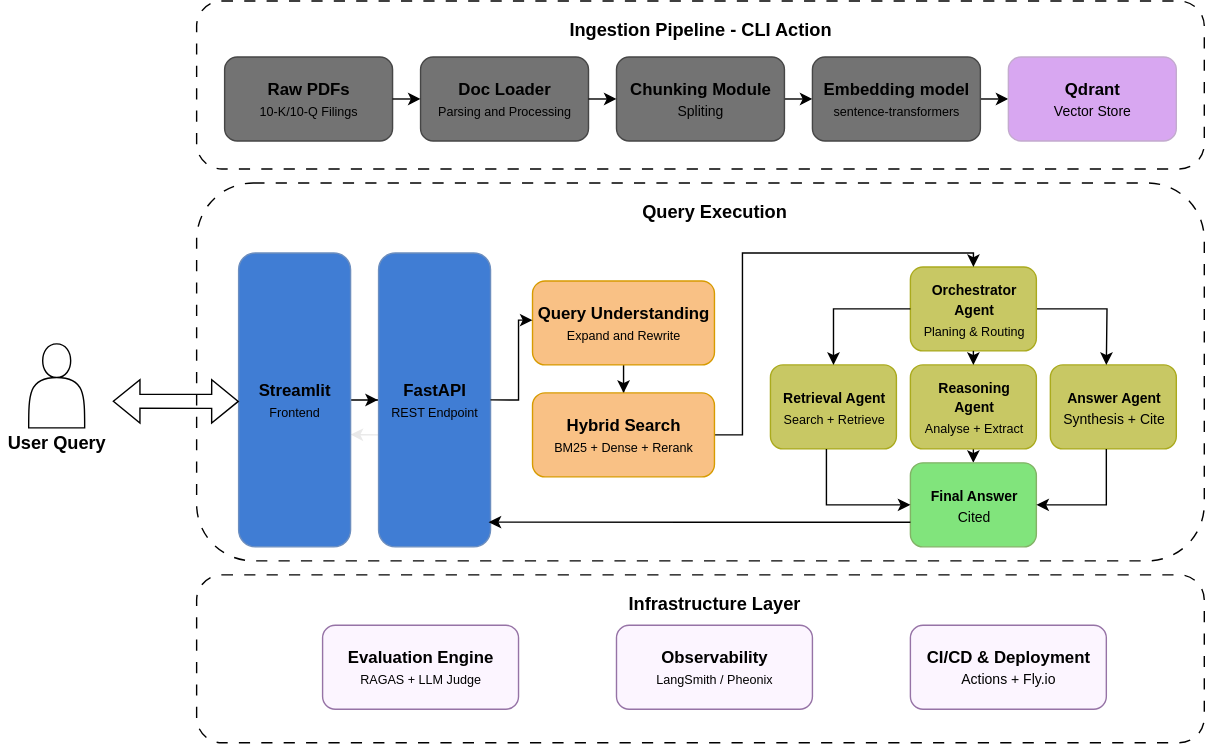
This is docs/system-architecture.svg from mohammedOwaiskh/documind, a draw.io export, as it was before one commit. Source tidied: cells renumbered, new cells last; positions are measured from the earlier drawing's top-left corner, leaving out a move shared by most shapes. Its diagram source:
```xml
<mxGraphModel>
  <root>
    <mxCell id="0" />
    <mxCell id="1" parent="0" />
    <mxCell id="2" style="edgeStyle=orthogonalEdgeStyle;rounded=0;jettySize=auto;html=1;entryX=1;entryY=0.618;entryDx=0;entryDy=0;entryPerimeter=0;strokeColor=light-dark(#e9e9e9, #ededed);fontColor=default;" parent="1" edge="1" target="39">
      <mxGeometry relative="1" as="geometry">
        <mxPoint x="270" y="310" as="sourcePoint" />
        <Array as="points">
          <mxPoint x="250" y="310" />
        </Array>
      </mxGeometry>
    </mxCell>
    <mxCell id="3" style="rounded=1;whiteSpace=wrap;html=1;dashed=1;dashPattern=8 8;fillColor=none;strokeColor=default;fontColor=default;" parent="1" vertex="1">
      <mxGeometry x="140" width="720" height="120" as="geometry" />
    </mxCell>
    <mxCell id="4" value="Ingestion Pipeline - CLI Action" style="text;html=1;align=center;verticalAlign=middle;whiteSpace=wrap;rounded=0;fontStyle=1;fontSize=13;fontColor=default;strokeColor=none;" parent="1" vertex="1">
      <mxGeometry x="400" y="10" width="200" height="20" as="geometry" />
    </mxCell>
    <mxCell id="5" style="group;strokeColor=none;fontColor=default;" parent="1" vertex="1">
      <mxGeometry x="160" y="40" width="120" height="60" as="geometry" />
    </mxCell>
    <mxCell id="6" style="rounded=1;whiteSpace=wrap;html=1;fillColor=light-dark(#737373, #474747);strokeColor=light-dark(#464646, #ededed);fontColor=default;" parent="5" vertex="1">
      <mxGeometry width="120" height="60" as="geometry" />
    </mxCell>
    <mxCell id="7" value="Raw PDFs&lt;div&gt;&lt;span style=&quot;font-weight: normal;&quot;&gt;&lt;font style=&quot;font-size: 9px;&quot;&gt;10-K/10-Q Filings&lt;/font&gt;&lt;/span&gt;&lt;/div&gt;" style="text;html=1;align=center;verticalAlign=middle;whiteSpace=wrap;rounded=0;fontColor=default;fontStyle=1;strokeColor=none;" parent="5" vertex="1">
      <mxGeometry x="5" y="15" width="110" height="30" as="geometry" />
    </mxCell>
    <mxCell id="8" style="group;strokeColor=none;fontColor=default;" parent="1" vertex="1">
      <mxGeometry x="300" y="40" width="120" height="60" as="geometry" />
    </mxCell>
    <mxCell id="9" style="rounded=1;whiteSpace=wrap;html=1;fillColor=light-dark(#737373, #474747);strokeColor=light-dark(#464646, #ededed);fontColor=default;" parent="8" vertex="1">
      <mxGeometry width="120" height="60" as="geometry" />
    </mxCell>
    <mxCell id="10" value="&lt;div&gt;Doc Loader&lt;br&gt;&lt;font style=&quot;font-size: 9px; font-weight: normal;&quot;&gt;Parsing and Processing&lt;/font&gt;&lt;/div&gt;" style="text;html=1;align=center;verticalAlign=middle;whiteSpace=wrap;rounded=0;fontColor=default;fontStyle=1;strokeColor=none;" parent="8" vertex="1">
      <mxGeometry x="5" y="15" width="110" height="30" as="geometry" />
    </mxCell>
    <mxCell id="11" style="group;strokeColor=none;fontColor=default;" parent="1" vertex="1">
      <mxGeometry x="440" y="40" width="120" height="60" as="geometry" />
    </mxCell>
    <mxCell id="12" style="edgeStyle=orthogonalEdgeStyle;rounded=0;jettySize=auto;html=1;strokeColor=default;fontColor=default;" parent="11" edge="1" source="13">
      <mxGeometry relative="1" as="geometry">
        <mxPoint x="140" y="30" as="targetPoint" />
      </mxGeometry>
    </mxCell>
    <mxCell id="13" style="rounded=1;whiteSpace=wrap;html=1;fillColor=light-dark(#737373, #474747);strokeColor=light-dark(#464646, #ededed);fontColor=default;" parent="11" vertex="1">
      <mxGeometry width="120" height="60" as="geometry" />
    </mxCell>
    <mxCell id="14" value="Chunking Module&lt;div&gt;&lt;font size=&quot;1&quot;&gt;&lt;span style=&quot;font-weight: 400;&quot;&gt;Spliting&lt;/span&gt;&lt;/font&gt;&lt;/div&gt;" style="text;html=1;align=center;verticalAlign=middle;whiteSpace=wrap;rounded=0;fontColor=default;fontStyle=1;strokeColor=none;" parent="11" vertex="1">
      <mxGeometry x="5" y="15" width="110" height="30" as="geometry" />
    </mxCell>
    <mxCell id="15" style="group;strokeColor=none;fontColor=default;" parent="1" vertex="1">
      <mxGeometry x="580" y="40" width="120" height="60" as="geometry" />
    </mxCell>
    <mxCell id="16" style="edgeStyle=orthogonalEdgeStyle;rounded=0;jettySize=auto;html=1;strokeColor=default;fontColor=default;" parent="15" edge="1" source="17">
      <mxGeometry relative="1" as="geometry">
        <mxPoint x="140" y="30" as="targetPoint" />
      </mxGeometry>
    </mxCell>
    <mxCell id="17" style="rounded=1;whiteSpace=wrap;html=1;fillColor=light-dark(#737373, #474747);strokeColor=light-dark(#464646, #ededed);fontColor=default;" parent="15" vertex="1">
      <mxGeometry width="120" height="60" as="geometry" />
    </mxCell>
    <mxCell id="18" value="&lt;div&gt;Embedding model&lt;/div&gt;&lt;div&gt;&lt;span style=&quot;font-weight: normal;&quot;&gt;&lt;font style=&quot;font-size: 9px;&quot;&gt;sentence-transformers&lt;/font&gt;&lt;/span&gt;&lt;/div&gt;" style="text;html=1;align=center;verticalAlign=middle;whiteSpace=wrap;rounded=0;fontColor=default;fontStyle=1;strokeColor=none;" parent="15" vertex="1">
      <mxGeometry x="5" y="15" width="110" height="30" as="geometry" />
    </mxCell>
    <mxCell id="19" style="group;strokeColor=none;fontColor=default;" parent="1" vertex="1">
      <mxGeometry x="720" y="40" width="120" height="60" as="geometry" />
    </mxCell>
    <mxCell id="20" style="rounded=1;whiteSpace=wrap;html=1;fillColor=light-dark(#d8a7f1, #392f3f);strokeColor=light-dark(#c3abce, #ededed);fontColor=default;" parent="19" vertex="1">
      <mxGeometry width="120" height="60" as="geometry" />
    </mxCell>
    <mxCell id="21" value="Qdrant&lt;div&gt;&lt;span style=&quot;font-weight: 400;&quot;&gt;&lt;font style=&quot;font-size: 10px;&quot;&gt;Vector Store&lt;/font&gt;&lt;/span&gt;&lt;/div&gt;" style="text;html=1;align=center;verticalAlign=middle;whiteSpace=wrap;rounded=0;fontColor=default;fontStyle=1;strokeColor=none;" parent="19" vertex="1">
      <mxGeometry x="5" y="15" width="110" height="30" as="geometry" />
    </mxCell>
    <mxCell id="22" style="rounded=1;whiteSpace=wrap;html=1;dashed=1;dashPattern=8 8;fillColor=none;strokeColor=default;fontColor=default;perimeterSpacing=0;" parent="1" vertex="1">
      <mxGeometry x="140" y="130" width="720" height="270" as="geometry" />
    </mxCell>
    <mxCell id="23" style="rounded=1;whiteSpace=wrap;html=1;dashed=1;dashPattern=8 8;fillColor=none;strokeColor=default;fontColor=default;" parent="1" vertex="1">
      <mxGeometry x="140" y="410" width="720" height="120" as="geometry" />
    </mxCell>
    <mxCell id="24" style="group;fontColor=default;" parent="1" vertex="1">
      <mxGeometry x="650" y="260" width="90" height="60" as="geometry" />
    </mxCell>
    <mxCell id="25" style="edgeStyle=orthogonalEdgeStyle;rounded=0;jettySize=auto;html=1;exitX=0.5;exitY=1;exitDx=0;exitDy=0;strokeColor=default;fontColor=default;" parent="24" edge="1" source="26">
      <mxGeometry relative="1" as="geometry">
        <mxPoint x="45" y="70" as="targetPoint" />
      </mxGeometry>
    </mxCell>
    <mxCell id="26" style="rounded=1;whiteSpace=wrap;html=1;fillColor=light-dark(#c8c864, #474747);strokeColor=light-dark(#aaaa1e, #ededed);fontColor=default;" parent="24" vertex="1">
      <mxGeometry width="90" height="60" as="geometry" />
    </mxCell>
    <mxCell id="27" value="&lt;div&gt;&lt;font style=&quot;font-size: 10px;&quot;&gt;Reasoning Agent&lt;/font&gt;&lt;/div&gt;&lt;div&gt;&lt;font style=&quot;font-weight: normal; font-size: 9px;&quot;&gt;Analyse + Extract&lt;/font&gt;&lt;/div&gt;" style="text;html=1;align=center;verticalAlign=middle;whiteSpace=wrap;rounded=0;fontColor=default;fontStyle=1;strokeColor=none;" parent="24" vertex="1">
      <mxGeometry x="4.7" y="15" width="80.5" height="30" as="geometry" />
    </mxCell>
    <mxCell id="28" style="group;fillColor=none;fontColor=default;" parent="1" vertex="1">
      <mxGeometry x="750" y="260" width="90" height="60" as="geometry" />
    </mxCell>
    <mxCell id="29" style="rounded=1;whiteSpace=wrap;html=1;fillColor=light-dark(#c8c864, #474747);strokeColor=light-dark(#aaaa1e, #ededed);fontColor=default;" parent="28" vertex="1">
      <mxGeometry width="90" height="60" as="geometry" />
    </mxCell>
    <mxCell id="30" value="&lt;div&gt;&lt;font style=&quot;font-size: 10px;&quot;&gt;Answer Agent&lt;/font&gt;&lt;/div&gt;&lt;div&gt;&lt;font size=&quot;1&quot;&gt;&lt;span style=&quot;font-weight: 400;&quot;&gt;Synthesis + Cite&lt;/span&gt;&lt;/font&gt;&lt;/div&gt;" style="text;html=1;align=center;verticalAlign=middle;whiteSpace=wrap;rounded=0;fontColor=default;fontStyle=1;strokeColor=none;" parent="28" vertex="1">
      <mxGeometry x="4.7" y="15" width="80.5" height="30" as="geometry" />
    </mxCell>
    <mxCell id="31" style="group;fillColor=none;fontColor=default;" parent="1" vertex="1">
      <mxGeometry x="550" y="260" width="90" height="60" as="geometry" />
    </mxCell>
    <mxCell id="32" style="rounded=1;whiteSpace=wrap;html=1;fillColor=light-dark(#c8c864, #474747);strokeColor=light-dark(#aaaa1e, #ededed);fontColor=default;" parent="31" vertex="1">
      <mxGeometry width="90" height="60" as="geometry" />
    </mxCell>
    <mxCell id="33" value="&lt;div&gt;&lt;span style=&quot;background-color: transparent; font-size: 10px;&quot;&gt;Retrieval Agent&lt;/span&gt;&lt;/div&gt;&lt;div&gt;&lt;span style=&quot;font-size: 9px; font-weight: normal; background-color: transparent;&quot;&gt;Search + Retrieve&lt;/span&gt;&lt;/div&gt;" style="text;html=1;align=center;verticalAlign=middle;whiteSpace=wrap;rounded=0;fontColor=default;fontStyle=1;strokeColor=none;" parent="31" vertex="1">
      <mxGeometry x="4.7" y="15" width="80.5" height="30" as="geometry" />
    </mxCell>
    <mxCell id="34" style="group;fontColor=default;" parent="1" vertex="1">
      <mxGeometry x="650" y="190" width="90" height="60" as="geometry" />
    </mxCell>
    <mxCell id="35" style="edgeStyle=orthogonalEdgeStyle;rounded=0;jettySize=auto;html=1;exitX=1;exitY=0.5;exitDx=0;exitDy=0;strokeColor=default;fontColor=default;" parent="34" edge="1" source="36">
      <mxGeometry relative="1" as="geometry">
        <mxPoint x="140" y="70" as="targetPoint" />
      </mxGeometry>
    </mxCell>
    <mxCell id="36" style="rounded=1;whiteSpace=wrap;html=1;fillColor=light-dark(#c8c864, #474747);strokeColor=light-dark(#aaaa1e, #ededed);fontColor=default;" parent="34" vertex="1">
      <mxGeometry width="90" height="60" as="geometry" />
    </mxCell>
    <mxCell id="37" value="&lt;div&gt;&lt;font style=&quot;font-size: 10px;&quot;&gt;Orchestrator&lt;/font&gt;&lt;/div&gt;&lt;div&gt;&lt;span style=&quot;background-color: transparent; font-size: 10px;&quot;&gt;Agent&lt;/span&gt;&lt;/div&gt;&lt;div&gt;&lt;font style=&quot;font-weight: normal; font-size: 9px;&quot;&gt;Planing &amp;amp; Routing&lt;/font&gt;&lt;/div&gt;" style="text;html=1;align=center;verticalAlign=middle;whiteSpace=wrap;rounded=0;fontColor=default;fontStyle=1;strokeColor=none;" parent="34" vertex="1">
      <mxGeometry x="4.7" y="15" width="80.5" height="30" as="geometry" />
    </mxCell>
    <mxCell id="38" style="edgeStyle=orthogonalEdgeStyle;rounded=0;jettySize=auto;html=1;strokeColor=default;entryX=-0.006;entryY=0.5;entryDx=0;entryDy=0;entryPerimeter=0;fontColor=default;" parent="1" edge="1" source="39" target="40">
      <mxGeometry relative="1" as="geometry" />
    </mxCell>
    <mxCell id="39" value="&lt;font&gt;&lt;b style=&quot;&quot;&gt;Streamlit&lt;/b&gt;&lt;/font&gt;&lt;div&gt;&lt;font style=&quot;font-size: 9px;&quot;&gt;Frontend&lt;/font&gt;&lt;/div&gt;" style="rounded=1;whiteSpace=wrap;html=1;fillColor=light-dark(#407dd4, #1d293b);strokeColor=#6c8ebf;fontColor=default;" parent="1" vertex="1">
      <mxGeometry x="170" y="180" width="80" height="210" as="geometry" />
    </mxCell>
    <mxCell id="40" value="&lt;b&gt;&lt;font&gt;FastAPI&lt;/font&gt;&lt;/b&gt;&lt;div&gt;&lt;font style=&quot;font-size: 9px;&quot;&gt;REST Endpoint&lt;/font&gt;&lt;/div&gt;" style="rounded=1;whiteSpace=wrap;html=1;fillColor=light-dark(#407dd4, #1d293b);strokeColor=#6c8ebf;fontColor=default;" parent="1" vertex="1">
      <mxGeometry x="270" y="180" width="80" height="210" as="geometry" />
    </mxCell>
    <mxCell id="41" style="edgeStyle=orthogonalEdgeStyle;rounded=0;jettySize=auto;html=1;strokeColor=default;fontColor=default;" parent="1" edge="1" source="36" target="32">
      <mxGeometry relative="1" as="geometry" />
    </mxCell>
    <mxCell id="42" style="edgeStyle=orthogonalEdgeStyle;rounded=0;jettySize=auto;html=1;exitX=0.5;exitY=1;exitDx=0;exitDy=0;entryX=0.5;entryY=0;entryDx=0;entryDy=0;strokeColor=default;fontColor=default;" parent="1" edge="1" source="36" target="26">
      <mxGeometry relative="1" as="geometry" />
    </mxCell>
    <mxCell id="43" style="group;fontColor=default;" parent="1" vertex="1">
      <mxGeometry x="650" y="330" width="90" height="60" as="geometry" />
    </mxCell>
    <mxCell id="44" style="rounded=1;whiteSpace=wrap;html=1;fillColor=light-dark(#81e47c, #1f2f1e);strokeColor=#82b366;fontColor=default;" parent="43" vertex="1">
      <mxGeometry width="90" height="60" as="geometry" />
    </mxCell>
    <mxCell id="45" value="&lt;div&gt;&lt;span style=&quot;font-size: 10px;&quot;&gt;Final Answer&lt;/span&gt;&lt;/div&gt;&lt;div&gt;&lt;span style=&quot;font-size: 10px; font-weight: normal;&quot;&gt;Cited&lt;/span&gt;&lt;/div&gt;" style="text;html=1;align=center;verticalAlign=middle;whiteSpace=wrap;rounded=0;fontColor=default;fontStyle=1;strokeColor=none;" parent="43" vertex="1">
      <mxGeometry x="4.7" y="15" width="80.5" height="30" as="geometry" />
    </mxCell>
    <mxCell id="46" style="edgeStyle=orthogonalEdgeStyle;rounded=0;jettySize=auto;html=1;entryX=0;entryY=0.5;entryDx=0;entryDy=0;strokeColor=default;fontColor=default;" parent="1" edge="1" source="32" target="44">
      <mxGeometry relative="1" as="geometry">
        <Array as="points">
          <mxPoint x="590" y="360" />
        </Array>
      </mxGeometry>
    </mxCell>
    <mxCell id="47" style="edgeStyle=orthogonalEdgeStyle;rounded=0;jettySize=auto;html=1;entryX=1;entryY=0.5;entryDx=0;entryDy=0;strokeColor=default;fontColor=default;" parent="1" edge="1" source="29" target="44">
      <mxGeometry relative="1" as="geometry">
        <Array as="points">
          <mxPoint x="790" y="360" />
        </Array>
      </mxGeometry>
    </mxCell>
    <mxCell id="48" style="edgeStyle=orthogonalEdgeStyle;rounded=0;jettySize=auto;html=1;entryX=0.983;entryY=0.916;entryDx=0;entryDy=0;entryPerimeter=0;strokeColor=default;fontColor=default;" parent="1" edge="1" source="44" target="40">
      <mxGeometry relative="1" as="geometry">
        <Array as="points">
          <mxPoint x="500" y="372" />
        </Array>
      </mxGeometry>
    </mxCell>
    <mxCell id="49" style="edgeStyle=orthogonalEdgeStyle;rounded=0;jettySize=auto;html=1;strokeColor=default;fontColor=default;" parent="1" edge="1" source="50" target="52">
      <mxGeometry relative="1" as="geometry" />
    </mxCell>
    <mxCell id="50" value="&lt;b&gt;Query Understanding&lt;/b&gt;&lt;br&gt;&lt;font style=&quot;font-size: 9px;&quot;&gt;Expand and Rewrite&lt;/font&gt;" style="rounded=1;whiteSpace=wrap;html=1;fillColor=light-dark(#f9c185, #36210a);strokeColor=#d79b00;fontColor=default;" parent="1" vertex="1">
      <mxGeometry x="380" y="200" width="130" height="60" as="geometry" />
    </mxCell>
    <mxCell id="51" style="edgeStyle=orthogonalEdgeStyle;rounded=0;jettySize=auto;html=1;entryX=0.5;entryY=0;entryDx=0;entryDy=0;strokeColor=default;fontColor=default;" parent="1" edge="1" source="52" target="36">
      <mxGeometry relative="1" as="geometry">
        <Array as="points">
          <mxPoint x="530" y="310" />
          <mxPoint x="530" y="180" />
          <mxPoint x="695" y="180" />
        </Array>
      </mxGeometry>
    </mxCell>
    <mxCell id="52" value="&lt;b&gt;Hybrid Search&lt;/b&gt;&lt;br&gt;&lt;font style=&quot;font-size: 9px;&quot;&gt;BM25 + Dense + Rerank&lt;/font&gt;" style="rounded=1;whiteSpace=wrap;html=1;fillColor=light-dark(#f9c185, #36210a);strokeColor=#d79b00;fontColor=default;" parent="1" vertex="1">
      <mxGeometry x="380" y="280" width="130" height="60" as="geometry" />
    </mxCell>
    <mxCell id="53" style="edgeStyle=orthogonalEdgeStyle;rounded=0;jettySize=auto;html=1;exitX=1;exitY=0.5;exitDx=0;exitDy=0;entryX=0;entryY=0.467;entryDx=0;entryDy=0;entryPerimeter=0;strokeColor=default;fontColor=default;" parent="1" edge="1" source="40" target="50">
      <mxGeometry relative="1" as="geometry" />
    </mxCell>
    <mxCell id="54" style="edgeStyle=orthogonalEdgeStyle;rounded=0;orthogonalLoop=1;jettySize=auto;html=1;exitX=0.5;exitY=1;exitDx=0;exitDy=0;fontColor=default;" parent="1" edge="1" source="23" target="23">
      <mxGeometry relative="1" as="geometry" />
    </mxCell>
    <mxCell id="55" style="edgeStyle=orthogonalEdgeStyle;rounded=0;jettySize=auto;html=1;entryX=0.003;entryY=0.501;entryDx=0;entryDy=0;entryPerimeter=0;strokeColor=default;fontColor=default;" parent="1" edge="1" source="6" target="9">
      <mxGeometry relative="1" as="geometry" />
    </mxCell>
    <mxCell id="56" style="edgeStyle=orthogonalEdgeStyle;rounded=0;jettySize=auto;html=1;strokeColor=default;fontColor=default;" parent="1" edge="1" source="9">
      <mxGeometry relative="1" as="geometry">
        <mxPoint x="440" y="70" as="targetPoint" />
      </mxGeometry>
    </mxCell>
    <mxCell id="57" value="Query Execution" style="text;html=1;align=center;verticalAlign=middle;whiteSpace=wrap;rounded=0;fontStyle=1;fontSize=13;fontColor=default;strokeColor=none;" parent="1" vertex="1">
      <mxGeometry x="410" y="140" width="200" height="20" as="geometry" />
    </mxCell>
    <mxCell id="58" value="Infrastructure Layer" style="text;html=1;align=center;verticalAlign=middle;whiteSpace=wrap;rounded=0;fontStyle=1;fontSize=13;fontColor=default;strokeColor=none;" parent="1" vertex="1">
      <mxGeometry x="410" y="420" width="200" height="20" as="geometry" />
    </mxCell>
    <mxCell id="59" value="&lt;b&gt;Evaluation Engine&lt;/b&gt;&lt;br&gt;&lt;font style=&quot;font-size: 9px;&quot;&gt;RAGAS + LLM Judge&lt;/font&gt;" style="rounded=1;whiteSpace=wrap;html=1;fillColor=light-dark(#fcf5ff, #392f3f);strokeColor=#9673a6;" parent="1" vertex="1">
      <mxGeometry x="230" y="446" width="140" height="60" as="geometry" />
    </mxCell>
    <mxCell id="60" value="&lt;b&gt;Observability&lt;/b&gt;&lt;br&gt;&lt;font style=&quot;font-size: 9px;&quot;&gt;LangSmith / Pheonix&lt;/font&gt;" style="rounded=1;whiteSpace=wrap;html=1;fillColor=light-dark(#fcf5ff, #392f3f);strokeColor=#9673a6;" parent="1" vertex="1">
      <mxGeometry x="440" y="446" width="140" height="60" as="geometry" />
    </mxCell>
    <mxCell id="61" value="&lt;b&gt;CI/CD &amp;amp; Deployment&lt;/b&gt;&lt;br&gt;&lt;font size=&quot;1&quot;&gt;Actions + Fly.io&lt;/font&gt;" style="rounded=1;whiteSpace=wrap;html=1;fillColor=light-dark(#fcf5ff, #392f3f);strokeColor=#9673a6;" parent="1" vertex="1">
      <mxGeometry x="650" y="446" width="140" height="60" as="geometry" />
    </mxCell>
    <mxCell id="62" style="shape=flexArrow;endArrow=classic;startArrow=classic;html=1;rounded=0;entryX=0.042;entryY=0.578;entryDx=0;entryDy=0;entryPerimeter=0;" parent="1" edge="1" target="22">
      <mxGeometry relative="1" as="geometry">
        <mxPoint x="80" y="286" as="sourcePoint" />
      </mxGeometry>
    </mxCell>
    <mxCell id="63" style="group;" parent="1" vertex="1">
      <mxGeometry y="245" width="80" height="80" as="geometry" />
    </mxCell>
    <mxCell id="64" style="shape=actor;whiteSpace=wrap;html=1;strokeColor=default;fontColor=default;" parent="63" vertex="1">
      <mxGeometry x="20" width="40" height="60" as="geometry" />
    </mxCell>
    <mxCell id="65" value="User Query" style="text;html=1;align=center;verticalAlign=middle;whiteSpace=wrap;rounded=0;fontStyle=1;fontSize=13;fontColor=default;strokeColor=none;" parent="63" vertex="1">
      <mxGeometry y="60" width="80" height="20" as="geometry" />
    </mxCell>
  </root>
</mxGraphModel>
```
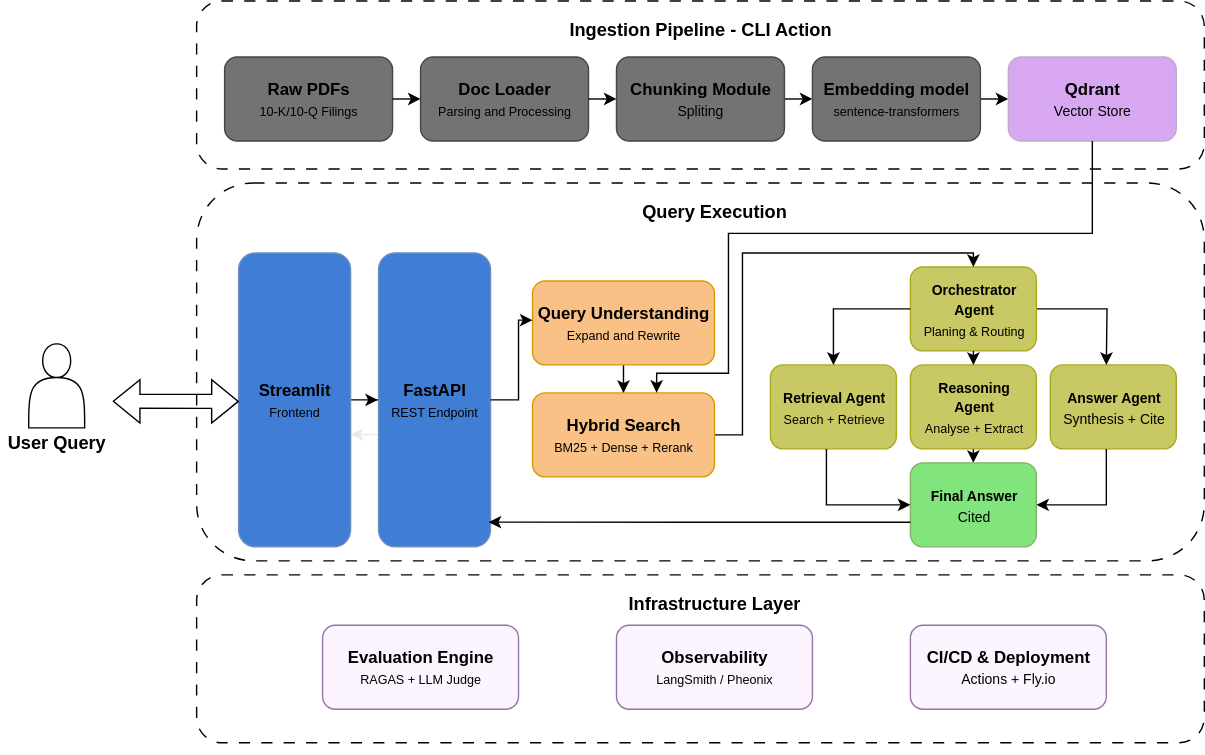
Later version of the same file.

Commit message:
Update architecture diagram: Add arrow from Qdrant -> Hybrid Search blocks

Diff of the diagram source:
```diff
@@ -229,5 +229,15 @@
     <mxCell id="65" value="User Query" style="text;html=1;align=center;verticalAlign=middle;whiteSpace=wrap;rounded=0;fontStyle=1;fontSize=13;fontColor=default;strokeColor=none;" parent="63" vertex="1">
       <mxGeometry y="60" width="80" height="20" as="geometry" />
     </mxCell>
+    <mxCell id="66" style="edgeStyle=orthogonalEdgeStyle;rounded=0;jettySize=auto;html=1;exitX=0.5;exitY=1;exitDx=0;exitDy=0;entryX=0.682;entryY=-0.002;entryDx=0;entryDy=0;entryPerimeter=0;" parent="1" edge="1" source="20" target="52">
+      <mxGeometry relative="1" as="geometry">
+        <Array as="points">
+          <mxPoint x="780" y="166" />
+          <mxPoint x="520" y="166" />
+          <mxPoint x="520" y="266" />
+          <mxPoint x="469" y="266" />
+        </Array>
+      </mxGeometry>
+    </mxCell>
   </root>
 </mxGraphModel>
```
